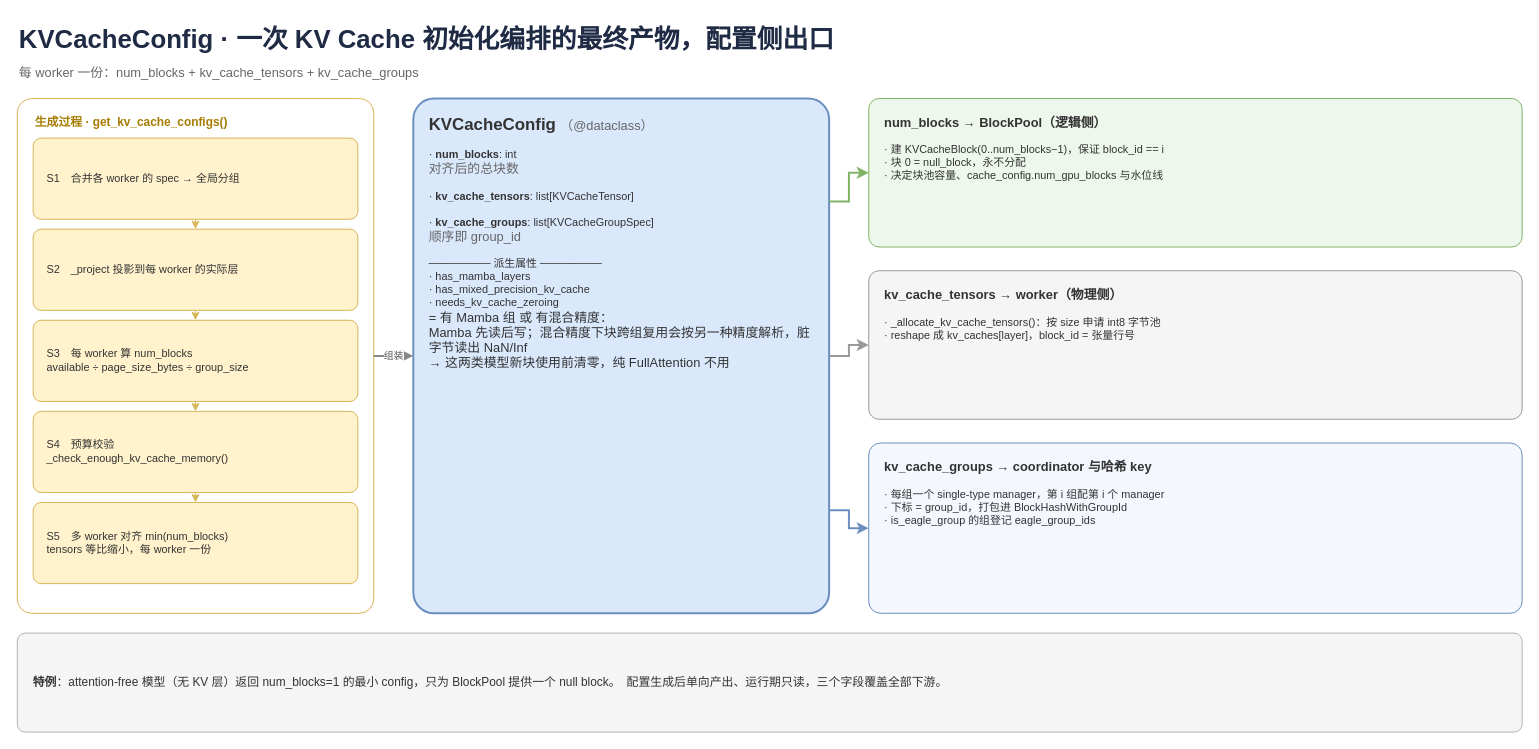
Above: page "KVCacheConfig 编排总结果" (8 of 15) of vllm/v1/core/kvcache_draw_ppt_v2/kvcache_type.drawio in GoCHug/vllm (draw.io), before the change. Source tidied: cells renumbered, new cells numbered last; positions are measured from the earlier drawing's top-left corner, leaving out a move shared by most shapes. Both pictures are drawn from the tidied source at 99%, with x=0, y=0 at pixel (17, 17).
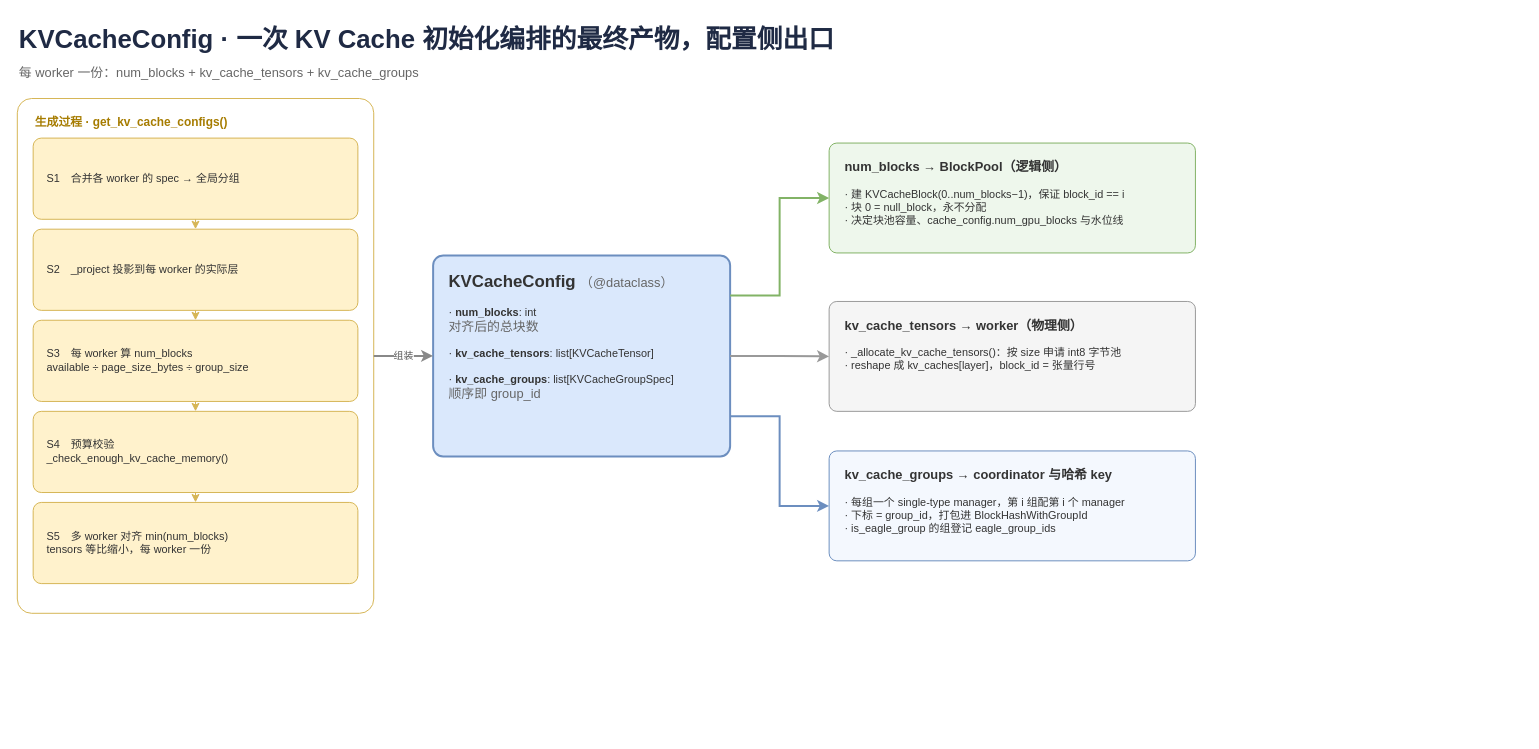
The same page after the edit.

Change to the diagram source:
```diff
@@
     <mxCell id="2" value="KVCacheConfig · 一次 KV Cache 初始化编排的最终产物，配置侧出口" style="text;html=1;whiteSpace=wrap;fontSize=26;fontColor=#1F2A44;align=left;fontStyle=1;" parent="1" vertex="1">
-      <mxGeometry width="1520" height="40" as="geometry" />
+      <mxGeometry width="1170" height="40" as="geometry" />
     </mxCell>
@@
-    <mxCell id="15" value="&lt;b style=&quot;font-size:17px&quot;&gt;KVCacheConfig&lt;/b&gt;　&lt;font color=&quot;#666666&quot; size=&quot;2&quot;&gt;（@dataclass）&lt;/font&gt;&lt;br&gt;&lt;br&gt;· &lt;b&gt;num_blocks&lt;/b&gt;: int&lt;br&gt;&lt;font size=&quot;2&quot; color=&quot;#666&quot;&gt;对齐后的总块数&lt;/font&gt;&lt;br&gt;&lt;br&gt;· &lt;b&gt;kv_cache_tensors&lt;/b&gt;: list[KVCacheTensor]&lt;br&gt;&lt;br&gt;· &lt;b&gt;kv_cache_groups&lt;/b&gt;: list[KVCacheGroupSpec]&lt;br&gt;&lt;font size=&quot;2&quot; color=&quot;#666&quot;&gt;顺序即 group_id&lt;/font&gt;&lt;br&gt;&lt;br&gt;──────── 派生属性 ────────&lt;br&gt;· has_mamba_layers&lt;br&gt;· has_mixed_precision_kv_cache&lt;br&gt;· needs_kv_cache_zeroing&lt;br&gt;&lt;font size=&quot;2&quot;&gt;= 有 Mamba 组 或 有混合精度：&lt;br&gt;Mamba 先读后写；混合精度下块跨组复用会按另一种精度解析，脏字节读出 NaN/Inf&lt;br&gt;→ 这两类模型新块使用前清零，纯 FullAttention 不用&lt;/font&gt;" style="rounded=1;arcSize=5;whiteSpace=wrap;html=1;align=left;verticalAlign=top;spacingLeft=14;spacingRight=12;spacingTop=10;fontSize=11;fontColor=#333333;fillColor=#dae8fc;strokeColor=#6c8ebf;strokeWidth=2;" parent="1" vertex="1">
-      <mxGeometry x="400" y="82" width="420" height="520" as="geometry" />
+    <mxCell id="15" value="&lt;b style=&quot;font-size:17px&quot;&gt;KVCacheConfig&lt;/b&gt;　&lt;font color=&quot;#666666&quot; size=&quot;2&quot;&gt;（@dataclass）&lt;/font&gt;&lt;br&gt;&lt;br&gt;· &lt;b&gt;num_blocks&lt;/b&gt;: int&lt;br&gt;&lt;font size=&quot;2&quot; color=&quot;#666&quot;&gt;对齐后的总块数&lt;/font&gt;&lt;br&gt;&lt;br&gt;· &lt;b&gt;kv_cache_tensors&lt;/b&gt;: list[KVCacheTensor]&lt;br&gt;&lt;br&gt;· &lt;b&gt;kv_cache_groups&lt;/b&gt;: list[KVCacheGroupSpec]&lt;br&gt;&lt;font size=&quot;2&quot; color=&quot;#666&quot;&gt;顺序即 group_id&lt;/font&gt;&lt;div&gt;&lt;br/&gt;&lt;/div&gt;" style="rounded=1;arcSize=5;whiteSpace=wrap;html=1;align=left;verticalAlign=top;spacingLeft=14;spacingRight=12;spacingTop=10;fontSize=11;fontColor=#333333;fillColor=#dae8fc;strokeColor=#6c8ebf;strokeWidth=2;" parent="1" vertex="1">
+      <mxGeometry x="420" y="240.5" width="300" height="203" as="geometry" />
     </mxCell>
@@
     <mxCell id="17" value="&lt;b style=&quot;font-size:13px&quot; color=&quot;#3e6b2e&quot;&gt;num_blocks → BlockPool（逻辑侧）&lt;/b&gt;&lt;br&gt;&lt;br&gt;· 建 KVCacheBlock(0..num_blocks−1)，保证 block_id == i&lt;br&gt;· 块 0 = null_block，永不分配&lt;br&gt;· 决定块池容量、cache_config.num_gpu_blocks 与水位线" style="rounded=1;arcSize=7;whiteSpace=wrap;html=1;align=left;verticalAlign=top;spacingLeft=14;spacingRight=12;spacingTop=10;fontSize=11;fontColor=#333333;fillColor=#eef7ec;strokeColor=#82b366;" parent="1" vertex="1">
-      <mxGeometry x="860" y="82" width="660" height="150" as="geometry" />
+      <mxGeometry x="820" y="127" width="370" height="111" as="geometry" />
     </mxCell>
     <mxCell id="18" value="&lt;b style=&quot;font-size:13px&quot; color=&quot;#555555&quot;&gt;kv_cache_tensors → worker（物理侧）&lt;/b&gt;&lt;br&gt;&lt;br&gt;· _allocate_kv_cache_tensors()：按 size 申请 int8 字节池&lt;br&gt;· reshape 成 kv_caches[layer]，block_id = 张量行号" style="rounded=1;arcSize=7;whiteSpace=wrap;html=1;align=left;verticalAlign=top;spacingLeft=14;spacingRight=12;spacingTop=10;fontSize=11;fontColor=#333333;fillColor=#f5f5f5;strokeColor=#999999;" parent="1" vertex="1">
-      <mxGeometry x="860" y="256" width="660" height="150" as="geometry" />
+      <mxGeometry x="820" y="287" width="370" height="111" as="geometry" />
     </mxCell>
     <mxCell id="19" value="&lt;b style=&quot;font-size:13px&quot; color=&quot;#1f5fa8&quot;&gt;kv_cache_groups → coordinator 与哈希 key&lt;/b&gt;&lt;br&gt;&lt;br&gt;· 每组一个 single-type manager，第 i 组配第 i 个 manager&lt;br&gt;· 下标 = group_id，打包进 BlockHashWithGroupId&lt;br&gt;· is_eagle_group 的组登记 eagle_group_ids" style="rounded=1;arcSize=7;whiteSpace=wrap;html=1;align=left;verticalAlign=top;spacingLeft=14;spacingRight=12;spacingTop=10;fontSize=11;fontColor=#333333;fillColor=#F4F8FE;strokeColor=#6c8ebf;" parent="1" vertex="1">
-      <mxGeometry x="860" y="430" width="660" height="172" as="geometry" />
+      <mxGeometry x="820" y="438" width="370" height="111" as="geometry" />
     </mxCell>
@@
-    <mxCell id="23" value="&lt;b&gt;特例&lt;/b&gt;：attention-free 模型（无 KV 层）返回 num_blocks=1 的最小 config，只为 BlockPool 提供一个 null block。　配置生成后单向产出、运行期只读，三个字段覆盖全部下游。" style="rounded=1;arcSize=8;whiteSpace=wrap;html=1;align=left;verticalAlign=middle;spacingLeft=14;spacingRight=14;fontSize=12;fontColor=#333333;fillColor=#f5f5f5;strokeColor=#b3b3b3;" parent="1" vertex="1">
-      <mxGeometry y="622" width="1520" height="100" as="geometry" />
-    </mxCell>
```
